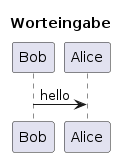
wordle-time/wordle-time keeps this PlantUML diagram as docs/requirements/F001/F001_seq.png. Above is the earlier version.
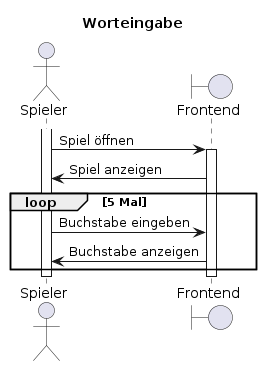
The same file after the commit.

Commit message:
F001 sequence diagram + F002 json adjustment

What changed in the source:
```diff
@@ -1,5 +1,17 @@
 @startuml F001_seq
 title "Worteingabe"
 
-Bob -> Alice : hello
+actor "Spieler" as user
+boundary "Frontend" as frontend
+
+activate user
+user -> frontend: Spiel öffnen
+activate frontend
+user <- frontend: Spiel anzeigen
+loop 5 Mal
+    user -> frontend: Buchstabe eingeben
+    user <- frontend: Buchstabe anzeigen
+end
+deactivate frontend
+deactivate user
 @enduml
```
